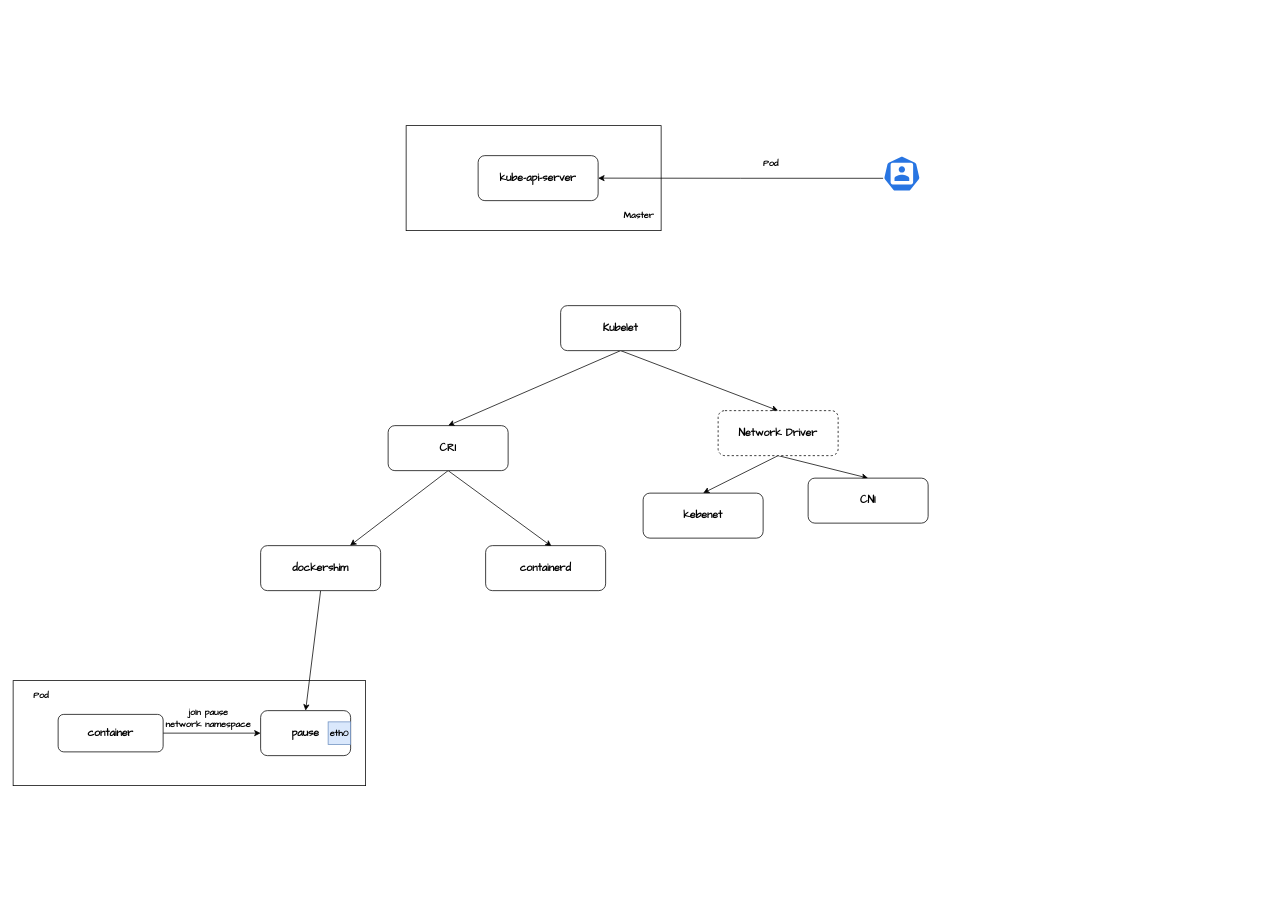
This is cni.drawio from XiaoWeiKIN/k8s, a draw.io file, before an edit. Source tidied: cells renumbered, new cells numbered last; positions are measured from the earlier drawing's top-left corner, leaving out a move shared by most shapes. Both pictures are drawn from the tidied source at 75%, with x=0, y=0 at pixel (13, 125).
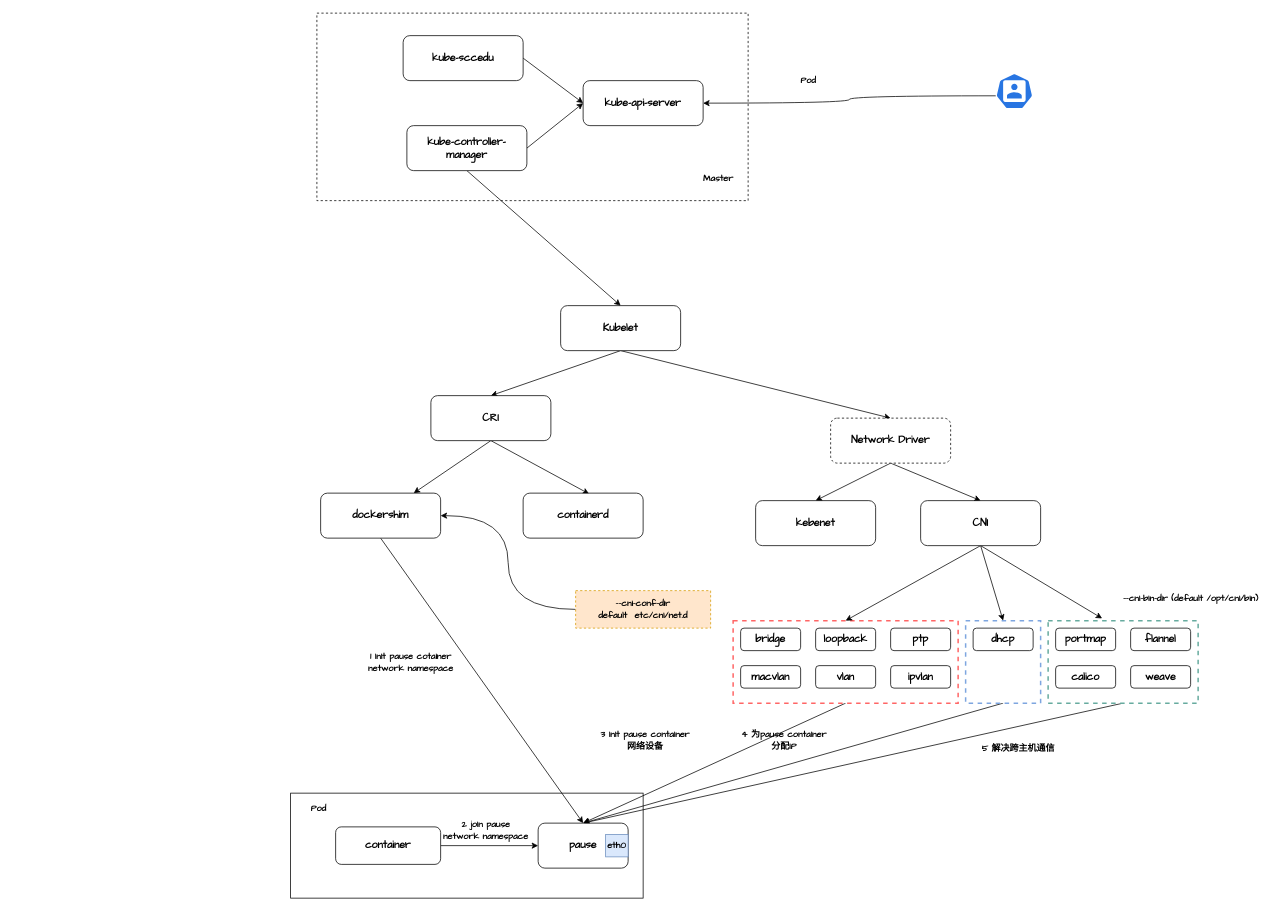
The same diagram, later.

The change refers to these unchanged cells:
```xml
<mxCell id="11" value="&lt;font face=&quot;Comic Sans MS&quot; style=&quot;font-size: 14px&quot;&gt;&lt;b&gt;Kubelet&lt;/b&gt;&lt;/font&gt;" style="rounded=1;whiteSpace=wrap;html=1;" parent="1" vertex="1">
  <mxGeometry x="730" y="240" width="160" height="60" as="geometry" />
</mxCell>
```

What changed in the source:
```diff
@@
+    <mxCell id="30" style="rounded=0;whiteSpace=wrap;html=1;dashed=1;strokeWidth=1;" parent="1" vertex="1">
+      <mxGeometry x="405" y="-150" width="575" height="250" as="geometry" />
+    </mxCell>
     <mxCell id="2" style="rounded=0;whiteSpace=wrap;html=1;" parent="1" vertex="1">
-      <mxGeometry y="740" width="470" height="140" as="geometry" />
+      <mxGeometry x="370" y="890" width="470" height="140" as="geometry" />
     </mxCell>
-    <mxCell id="3" style="rounded=0;whiteSpace=wrap;html=1;" parent="1" vertex="1">
-      <mxGeometry x="524" width="340" height="140" as="geometry" />
-    </mxCell>
+    <mxCell id="31" style="edgeStyle=none;rounded=0;jettySize=auto;html=1;exitX=0.5;exitY=1;exitDx=0;exitDy=0;entryX=0.5;entryY=0;entryDx=0;entryDy=0;" parent="1" edge="1" source="36" target="23">
+      <mxGeometry relative="1" as="geometry" />
+    </mxCell>
+    <mxCell id="32" style="edgeStyle=none;rounded=0;jettySize=auto;html=1;exitX=0.5;exitY=1;exitDx=0;exitDy=0;entryX=0.5;entryY=0;entryDx=0;entryDy=0;" parent="1" edge="1" source="33" target="23">
+      <mxGeometry relative="1" as="geometry" />
+    </mxCell>
+    <mxCell id="33" style="rounded=0;whiteSpace=wrap;html=1;dashed=1;strokeColor=#67AB9F;strokeWidth=2;" parent="1" vertex="1">
+      <mxGeometry x="1380" y="660" width="200" height="110" as="geometry" />
+    </mxCell>
+    <mxCell id="34" style="edgeStyle=none;rounded=0;jettySize=auto;html=1;exitX=0.5;exitY=1;exitDx=0;exitDy=0;entryX=0.5;entryY=0;entryDx=0;entryDy=0;" parent="1" edge="1" source="35" target="23">
+      <mxGeometry relative="1" as="geometry" />
+    </mxCell>
+    <mxCell id="35" style="rounded=0;whiteSpace=wrap;html=1;dashed=1;strokeColor=#7EA6E0;strokeWidth=2;" parent="1" vertex="1">
+      <mxGeometry x="1270" y="660" width="100" height="110" as="geometry" />
+    </mxCell>
+    <mxCell id="36" style="rounded=0;whiteSpace=wrap;html=1;dashed=1;strokeColor=#FF6666;strokeWidth=2;" parent="1" vertex="1">
+      <mxGeometry x="960" y="660" width="300" height="110" as="geometry" />
+    </mxCell>
     <mxCell id="4" value="&lt;font face=&quot;Comic Sans MS&quot; style=&quot;font-size: 14px&quot;&gt;&lt;b&gt;kube-api-server&lt;/b&gt;&lt;/font&gt;" style="rounded=1;whiteSpace=wrap;html=1;" parent="1" vertex="1">
-      <mxGeometry x="620" y="40" width="160" height="60" as="geometry" />
+      <mxGeometry x="760" y="-60" width="160" height="60" as="geometry" />
     </mxCell>
     <mxCell id="5" value="&lt;font face=&quot;Comic Sans MS&quot;&gt;&lt;b&gt;Master&lt;/b&gt;&lt;/font&gt;" style="text;html=1;align=center;verticalAlign=middle;fillColor=none;strokeColor=none;rounded=0;" parent="1" vertex="1">
-      <mxGeometry x="804" y="110" width="60" height="20" as="geometry" />
+      <mxGeometry x="910" y="60" width="60" height="20" as="geometry" />
     </mxCell>
-    <mxCell id="6" style="edgeStyle=orthogonalEdgeStyle;rounded=0;jettySize=auto;html=1;exitX=0.005;exitY=0.63;exitDx=0;exitDy=0;exitPerimeter=0;" parent="1" edge="1" source="7" target="4">
+    <mxCell id="6" style="edgeStyle=orthogonalEdgeStyle;curved=1;rounded=0;jettySize=auto;html=1;exitX=0.005;exitY=0.63;exitDx=0;exitDy=0;exitPerimeter=0;" parent="1" edge="1" source="7" target="4">
       <mxGeometry relative="1" as="geometry" />
     </mxCell>
     <mxCell id="7" style="html=1;dashed=0;whitespace=wrap;fillColor=#2875E2;strokeColor=#ffffff;points=[[0.005,0.63,0],[0.1,0.2,0],[0.9,0.2,0],[0.5,0,0],[0.995,0.63,0],[0.72,0.99,0],[0.5,1,0],[0.28,0.99,0]];shape=mxgraph.kubernetes.icon;prIcon=user;rounded=1;" parent="1" vertex="1">
-      <mxGeometry x="1160" y="40" width="50" height="48" as="geometry" />
+      <mxGeometry x="1310" y="-70" width="50" height="48" as="geometry" />
     </mxCell>
     <mxCell id="8" value="&lt;font face=&quot;Comic Sans MS&quot;&gt;&lt;b&gt;Pod&lt;/b&gt;&lt;/font&gt;" style="text;html=1;align=center;verticalAlign=middle;fillColor=none;strokeColor=none;rounded=0;" parent="1" vertex="1">
-      <mxGeometry x="990" y="40" width="40" height="20" as="geometry" />
+      <mxGeometry x="1040" y="-70" width="40" height="20" as="geometry" />
     </mxCell>
@@
     <mxCell id="14" value="&lt;font face=&quot;Comic Sans MS&quot; style=&quot;font-size: 14px&quot;&gt;&lt;b&gt;CRI&lt;/b&gt;&lt;/font&gt;" style="rounded=1;whiteSpace=wrap;html=1;" parent="1" vertex="1">
-      <mxGeometry x="500" y="400" width="160" height="60" as="geometry" />
+      <mxGeometry x="557" y="360" width="160" height="60" as="geometry" />
     </mxCell>
@@
     <mxCell id="17" value="&lt;font face=&quot;Comic Sans MS&quot; style=&quot;font-size: 14px&quot;&gt;&lt;b&gt;Network Driver&lt;/b&gt;&lt;/font&gt;" style="rounded=1;whiteSpace=wrap;html=1;dashed=1;" parent="1" vertex="1">
-      <mxGeometry x="940" y="380" width="160" height="60" as="geometry" />
+      <mxGeometry x="1090" y="390" width="160" height="60" as="geometry" />
     </mxCell>
     <mxCell id="18" value="&lt;font face=&quot;Comic Sans MS&quot; style=&quot;font-size: 14px&quot;&gt;&lt;b&gt;kebenet&lt;/b&gt;&lt;/font&gt;" style="rounded=1;whiteSpace=wrap;html=1;" parent="1" vertex="1">
-      <mxGeometry x="840" y="490" width="160" height="60" as="geometry" />
+      <mxGeometry x="990" y="500" width="160" height="60" as="geometry" />
     </mxCell>
+    <mxCell id="37" style="edgeStyle=none;rounded=0;jettySize=auto;html=1;entryX=0.5;entryY=0;entryDx=0;entryDy=0;exitX=0.5;exitY=1;exitDx=0;exitDy=0;" parent="1" edge="1" source="19" target="36">
+      <mxGeometry relative="1" as="geometry" />
+    </mxCell>
+    <mxCell id="38" style="edgeStyle=none;rounded=0;jettySize=auto;html=1;exitX=0.5;exitY=1;exitDx=0;exitDy=0;entryX=0.5;entryY=0;entryDx=0;entryDy=0;" parent="1" edge="1" source="19" target="35">
+      <mxGeometry relative="1" as="geometry" />
+    </mxCell>
+    <mxCell id="39" style="edgeStyle=none;rounded=0;jettySize=auto;html=1;exitX=0.5;exitY=1;exitDx=0;exitDy=0;entryX=0.36;entryY=-0.027;entryDx=0;entryDy=0;entryPerimeter=0;" parent="1" edge="1" source="19" target="33">
+      <mxGeometry relative="1" as="geometry" />
+    </mxCell>
     <mxCell id="19" value="&lt;font face=&quot;Comic Sans MS&quot; style=&quot;font-size: 14px&quot;&gt;&lt;b&gt;CNI&lt;/b&gt;&lt;/font&gt;" style="rounded=1;whiteSpace=wrap;html=1;" parent="1" vertex="1">
-      <mxGeometry x="1060" y="470" width="160" height="60" as="geometry" />
+      <mxGeometry x="1210" y="500" width="160" height="60" as="geometry" />
     </mxCell>
@@
     <mxCell id="21" value="&lt;font face=&quot;Comic Sans MS&quot; style=&quot;font-size: 14px&quot;&gt;&lt;b&gt;dockershim&lt;/b&gt;&lt;/font&gt;" style="rounded=1;whiteSpace=wrap;html=1;" parent="1" vertex="1">
-      <mxGeometry x="330" y="560" width="160" height="60" as="geometry" />
+      <mxGeometry x="410" y="490" width="160" height="60" as="geometry" />
     </mxCell>
     <mxCell id="22" value="&lt;font face=&quot;Comic Sans MS&quot; style=&quot;font-size: 14px&quot;&gt;&lt;b&gt;containerd&lt;/b&gt;&lt;/font&gt;" style="rounded=1;whiteSpace=wrap;html=1;" parent="1" vertex="1">
-      <mxGeometry x="630" y="560" width="160" height="60" as="geometry" />
+      <mxGeometry x="680" y="490" width="160" height="60" as="geometry" />
     </mxCell>
     <mxCell id="23" value="&lt;font face=&quot;Comic Sans MS&quot; style=&quot;font-size: 14px&quot;&gt;&lt;b&gt;pause&lt;/b&gt;&lt;/font&gt;" style="rounded=1;whiteSpace=wrap;html=1;" parent="1" vertex="1">
-      <mxGeometry x="330" y="780" width="120" height="60" as="geometry" />
+      <mxGeometry x="700" y="930" width="120" height="60" as="geometry" />
     </mxCell>
@@
     <mxCell id="25" value="&lt;font face=&quot;Comic Sans MS&quot; style=&quot;font-size: 14px&quot;&gt;&lt;b&gt;container&lt;/b&gt;&lt;/font&gt;" style="rounded=1;whiteSpace=wrap;html=1;" parent="1" vertex="1">
-      <mxGeometry x="60" y="785" width="140" height="50" as="geometry" />
+      <mxGeometry x="430" y="935" width="140" height="50" as="geometry" />
     </mxCell>
     <mxCell id="26" value="&lt;font face=&quot;Comic Sans MS&quot;&gt;&lt;b&gt;eth0&lt;/b&gt;&lt;/font&gt;" style="rounded=0;whiteSpace=wrap;html=1;fillColor=#dae8fc;strokeColor=#6c8ebf;" parent="1" vertex="1">
-      <mxGeometry x="420" y="795" width="30" height="30" as="geometry" />
+      <mxGeometry x="790" y="945" width="30" height="30" as="geometry" />
     </mxCell>
@@
     <mxCell id="28" value="&lt;font face=&quot;Comic Sans MS&quot;&gt;&lt;b&gt;Pod&lt;/b&gt;&lt;/font&gt;" style="text;html=1;align=center;verticalAlign=middle;fillColor=none;strokeColor=none;rounded=0;" parent="1" vertex="1">
-      <mxGeometry x="17" y="750" width="40" height="20" as="geometry" />
+      <mxGeometry x="387" y="900" width="40" height="20" as="geometry" />
     </mxCell>
-    <mxCell id="29" value="&lt;font face=&quot;Comic Sans MS&quot;&gt;&lt;b&gt;join pause&lt;br&gt;network namespace&lt;/b&gt;&lt;/font&gt;" style="text;html=1;align=center;verticalAlign=middle;fillColor=none;strokeColor=none;rounded=0;" parent="1" vertex="1">
-      <mxGeometry x="195" y="770" width="130" height="40" as="geometry" />
+    <mxCell id="29" value="&lt;font face=&quot;Comic Sans MS&quot;&gt;&lt;b&gt;2 join pause&lt;br&gt;network namespace&lt;/b&gt;&lt;/font&gt;" style="text;html=1;align=center;verticalAlign=middle;fillColor=none;strokeColor=none;rounded=0;" parent="1" vertex="1">
+      <mxGeometry x="565" y="920" width="130" height="40" as="geometry" />
     </mxCell>
+    <mxCell id="40" value="&lt;font face=&quot;Comic Sans MS&quot;&gt;&lt;b&gt;1 init pause cotainer&lt;br&gt;network namespace&lt;/b&gt;&lt;/font&gt;" style="text;html=1;align=center;verticalAlign=middle;fillColor=none;strokeColor=none;rounded=0;" parent="1" vertex="1">
+      <mxGeometry x="460" y="695" width="140" height="40" as="geometry" />
+    </mxCell>
+    <mxCell id="41" value="&lt;font face=&quot;Comic Sans MS&quot; style=&quot;font-size: 14px&quot;&gt;&lt;b&gt;bridge&lt;/b&gt;&lt;/font&gt;" style="rounded=1;whiteSpace=wrap;html=1;" parent="1" vertex="1">
+      <mxGeometry x="970" y="670" width="80" height="30" as="geometry" />
+    </mxCell>
+    <mxCell id="42" value="&lt;font face=&quot;Comic Sans MS&quot;&gt;&lt;span style=&quot;font-size: 14px&quot;&gt;&lt;b&gt;macvlan&lt;/b&gt;&lt;/span&gt;&lt;/font&gt;" style="rounded=1;whiteSpace=wrap;html=1;" parent="1" vertex="1">
+      <mxGeometry x="970" y="720" width="80" height="30" as="geometry" />
+    </mxCell>
+    <mxCell id="43" value="&lt;font face=&quot;Comic Sans MS&quot;&gt;&lt;span style=&quot;font-size: 14px&quot;&gt;&lt;b&gt;loopback&lt;/b&gt;&lt;/span&gt;&lt;/font&gt;" style="rounded=1;whiteSpace=wrap;html=1;" parent="1" vertex="1">
+      <mxGeometry x="1070" y="670" width="80" height="30" as="geometry" />
+    </mxCell>
+    <mxCell id="44" value="&lt;font face=&quot;Comic Sans MS&quot;&gt;&lt;span style=&quot;font-size: 14px&quot;&gt;&lt;b&gt;ptp&lt;/b&gt;&lt;/span&gt;&lt;/font&gt;" style="rounded=1;whiteSpace=wrap;html=1;" parent="1" vertex="1">
+      <mxGeometry x="1170" y="670" width="80" height="30" as="geometry" />
+    </mxCell>
+    <mxCell id="45" value="&lt;font face=&quot;Comic Sans MS&quot;&gt;&lt;span style=&quot;font-size: 14px&quot;&gt;&lt;b&gt;portmap&lt;/b&gt;&lt;/span&gt;&lt;/font&gt;" style="rounded=1;whiteSpace=wrap;html=1;" parent="1" vertex="1">
+      <mxGeometry x="1390" y="670" width="80" height="30" as="geometry" />
+    </mxCell>
+    <mxCell id="46" value="&lt;font face=&quot;Comic Sans MS&quot;&gt;&lt;span style=&quot;font-size: 14px&quot;&gt;&lt;b&gt;vlan&lt;/b&gt;&lt;/span&gt;&lt;/font&gt;" style="rounded=1;whiteSpace=wrap;html=1;" parent="1" vertex="1">
+      <mxGeometry x="1070" y="720" width="80" height="30" as="geometry" />
+    </mxCell>
+    <mxCell id="47" value="&lt;font face=&quot;Comic Sans MS&quot;&gt;&lt;span style=&quot;font-size: 14px&quot;&gt;&lt;b&gt;ipvlan&lt;/b&gt;&lt;/span&gt;&lt;/font&gt;" style="rounded=1;whiteSpace=wrap;html=1;" parent="1" vertex="1">
+      <mxGeometry x="1170" y="720" width="80" height="30" as="geometry" />
+    </mxCell>
+    <mxCell id="48" value="&lt;font face=&quot;Comic Sans MS&quot;&gt;&lt;span style=&quot;font-size: 14px&quot;&gt;&lt;b&gt;dhcp&lt;/b&gt;&lt;/span&gt;&lt;/font&gt;" style="rounded=1;whiteSpace=wrap;html=1;" parent="1" vertex="1">
+      <mxGeometry x="1280" y="670" width="80" height="30" as="geometry" />
+    </mxCell>
+    <mxCell id="49" value="&lt;font face=&quot;Comic Sans MS&quot;&gt;&lt;span style=&quot;font-size: 14px&quot;&gt;&lt;b&gt;flannel&lt;/b&gt;&lt;/span&gt;&lt;/font&gt;" style="rounded=1;whiteSpace=wrap;html=1;" parent="1" vertex="1">
+      <mxGeometry x="1490" y="670" width="80" height="30" as="geometry" />
+    </mxCell>
+    <mxCell id="50" value="&lt;font face=&quot;Comic Sans MS&quot;&gt;&lt;span style=&quot;font-size: 14px&quot;&gt;&lt;b&gt;calico&lt;/b&gt;&lt;/span&gt;&lt;/font&gt;" style="rounded=1;whiteSpace=wrap;html=1;" parent="1" vertex="1">
+      <mxGeometry x="1390" y="720" width="80" height="30" as="geometry" />
+    </mxCell>
+    <mxCell id="51" value="&lt;font face=&quot;Comic Sans MS&quot;&gt;&lt;span style=&quot;font-size: 14px&quot;&gt;&lt;b&gt;weave&lt;/b&gt;&lt;/span&gt;&lt;/font&gt;" style="rounded=1;whiteSpace=wrap;html=1;" parent="1" vertex="1">
+      <mxGeometry x="1490" y="720" width="80" height="30" as="geometry" />
+    </mxCell>
+    <mxCell id="52" value="&lt;font face=&quot;Comic Sans MS&quot;&gt;&lt;b&gt;3 init pause container&amp;nbsp;&lt;br&gt;网络设备&amp;nbsp;&lt;/b&gt;&lt;/font&gt;" style="text;html=1;align=center;verticalAlign=middle;fillColor=none;strokeColor=none;rounded=0;" parent="1" vertex="1">
+      <mxGeometry x="770" y="800" width="150" height="40" as="geometry" />
+    </mxCell>
+    <mxCell id="53" value="&lt;font face=&quot;Comic Sans MS&quot;&gt;&lt;b&gt;4 为pause container&amp;nbsp;&lt;br&gt;分配IP&amp;nbsp;&lt;/b&gt;&lt;/font&gt;" style="text;html=1;align=center;verticalAlign=middle;fillColor=none;strokeColor=none;rounded=0;" parent="1" vertex="1">
+      <mxGeometry x="960" y="800" width="140" height="40" as="geometry" />
+    </mxCell>
+    <mxCell id="54" value="&lt;font face=&quot;Comic Sans MS&quot;&gt;&lt;b&gt;5 解决跨主机通信&lt;/b&gt;&lt;/font&gt;" style="text;html=1;align=center;verticalAlign=middle;fillColor=none;strokeColor=none;rounded=0;" parent="1" vertex="1">
+      <mxGeometry x="1285" y="820" width="110" height="20" as="geometry" />
+    </mxCell>
+    <mxCell id="55" style="edgeStyle=none;rounded=0;jettySize=auto;html=1;exitX=1;exitY=0.5;exitDx=0;exitDy=0;" parent="1" edge="1" source="57">
+      <mxGeometry relative="1" as="geometry">
+        <mxPoint x="760" y="-30" as="targetPoint" />
+      </mxGeometry>
+    </mxCell>
+    <mxCell id="56" style="edgeStyle=none;rounded=0;jettySize=auto;html=1;exitX=0.5;exitY=1;exitDx=0;exitDy=0;entryX=0.5;entryY=0;entryDx=0;entryDy=0;" parent="1" edge="1" source="57" target="11">
+      <mxGeometry relative="1" as="geometry" />
+    </mxCell>
+    <mxCell id="57" value="&lt;font face=&quot;Comic Sans MS&quot; style=&quot;font-size: 14px&quot;&gt;&lt;b&gt;kube-controller-manager&lt;/b&gt;&lt;/font&gt;" style="rounded=1;whiteSpace=wrap;html=1;" parent="1" vertex="1">
+      <mxGeometry x="525" width="160" height="60" as="geometry" />
+    </mxCell>
+    <mxCell id="58" style="edgeStyle=none;rounded=0;jettySize=auto;html=1;exitX=1;exitY=0.5;exitDx=0;exitDy=0;entryX=0;entryY=0.5;entryDx=0;entryDy=0;" parent="1" edge="1" source="59" target="4">
+      <mxGeometry relative="1" as="geometry" />
+    </mxCell>
+    <mxCell id="59" value="&lt;font face=&quot;Comic Sans MS&quot; style=&quot;font-size: 14px&quot;&gt;&lt;b&gt;kube-sccedu&lt;/b&gt;&lt;/font&gt;" style="rounded=1;whiteSpace=wrap;html=1;" parent="1" vertex="1">
+      <mxGeometry x="520" y="-120" width="160" height="60" as="geometry" />
+    </mxCell>
+    <mxCell id="60" value="&lt;font face=&quot;Comic Sans MS&quot;&gt;&lt;b&gt;--cni-bin-dir (default /opt/cni/bin)&lt;/b&gt;&lt;/font&gt;" style="text;html=1;align=center;verticalAlign=middle;fillColor=none;strokeColor=none;rounded=0;dashed=1;" parent="1" vertex="1">
+      <mxGeometry x="1460" y="620" width="220" height="20" as="geometry" />
+    </mxCell>
+    <mxCell id="61" style="edgeStyle=orthogonalEdgeStyle;curved=1;rounded=0;jettySize=auto;html=1;exitX=0;exitY=0.5;exitDx=0;exitDy=0;entryX=1;entryY=0.5;entryDx=0;entryDy=0;" parent="1" edge="1" source="62" target="21">
+      <mxGeometry relative="1" as="geometry" />
+    </mxCell>
+    <mxCell id="62" value="&lt;font face=&quot;Comic Sans MS&quot;&gt;&lt;b&gt;--cni-conf-dir &lt;br&gt;default&amp;nbsp; etc/cni/net.d&lt;/b&gt;&lt;/font&gt;" style="rounded=0;whiteSpace=wrap;html=1;dashed=1;strokeColor=#d79b00;strokeWidth=1;fillColor=#ffe6cc;" parent="1" vertex="1">
+      <mxGeometry x="750" y="620" width="180" height="50" as="geometry" />
+    </mxCell>
```
